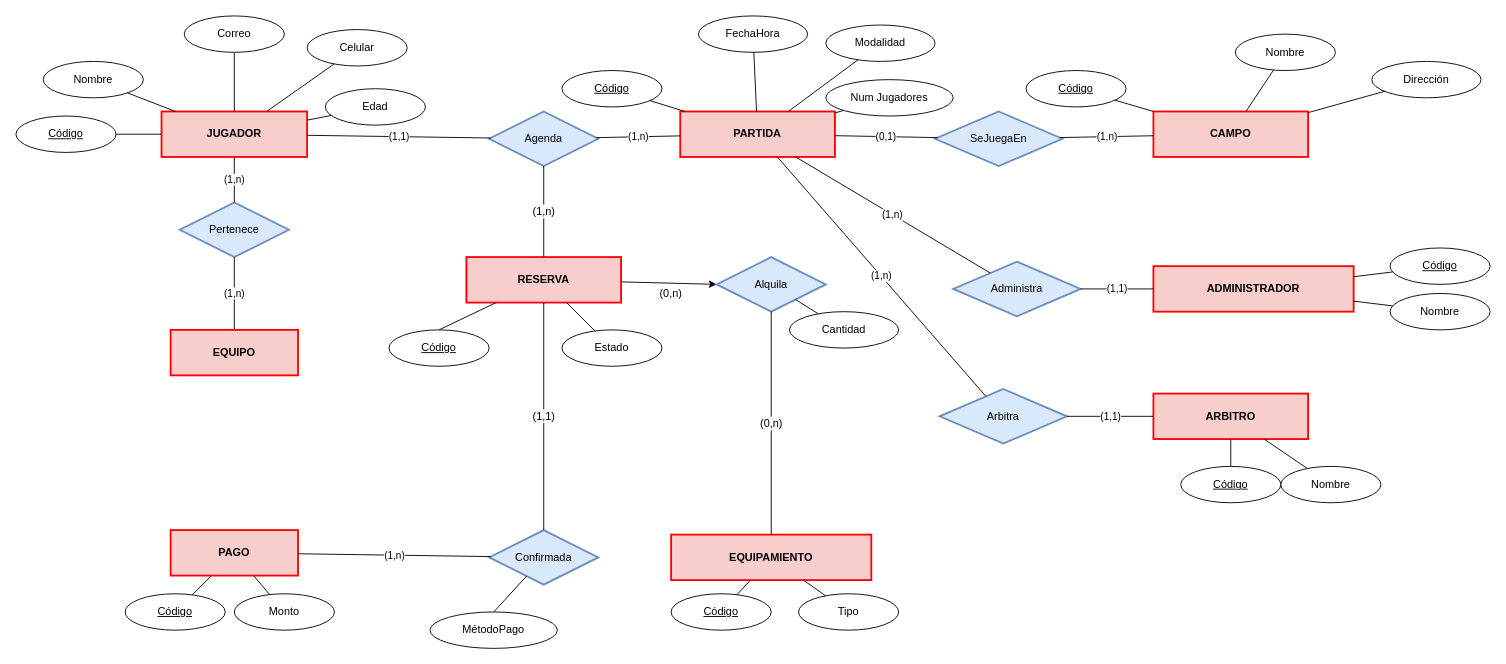
Ritatrcr/AREM-Taller_2_Modelo_Informacion keeps this draw.io diagram as entrega/ERM.drawio. Above is the earlier version. Source tidied: cells renumbered, new cells numbered last; positions are measured from the earlier drawing's top-left corner, leaving out a move shared by most shapes. Both pictures are drawn from the tidied source at 91%, with x=0, y=0 at pixel (15, 15).
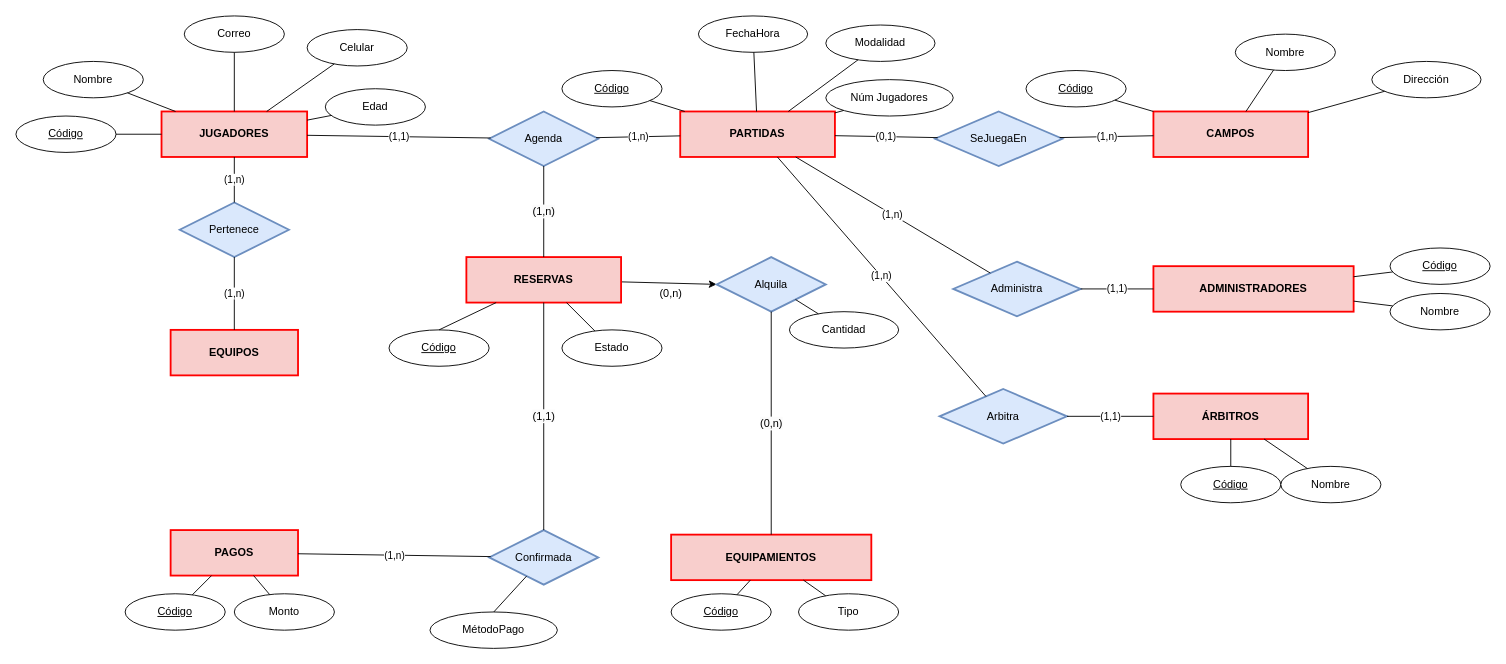
Above is the later version.

Change to the diagram source:
```diff
@@
-    <mxCell id="2" value="JUGADOR" style="rounded=0;whiteSpace=wrap;html=1;fillColor=#f8cecc;strokeColor=#ff0000;strokeWidth=2;fontStyle=1;align=center;verticalAlign=middle;" parent="1" vertex="1">
+    <mxCell id="2" value="JUGADORES" style="rounded=0;whiteSpace=wrap;html=1;fillColor=#f8cecc;strokeColor=#ff0000;strokeWidth=2;fontStyle=1;align=center;verticalAlign=middle;" parent="1" vertex="1">
       <mxGeometry x="160" y="105" width="160" height="50" as="geometry" />
     </mxCell>
-    <mxCell id="3" value="PARTIDA" style="rounded=0;whiteSpace=wrap;html=1;fillColor=#f8cecc;strokeColor=#ff0000;strokeWidth=2;fontStyle=1;align=center;verticalAlign=middle;" parent="1" vertex="1">
+    <mxCell id="3" value="PARTIDAS" style="rounded=0;whiteSpace=wrap;html=1;fillColor=#f8cecc;strokeColor=#ff0000;strokeWidth=2;fontStyle=1;align=center;verticalAlign=middle;" parent="1" vertex="1">
       <mxGeometry x="730" y="105" width="170" height="50" as="geometry" />
     </mxCell>
-    <mxCell id="4" value="CAMPO" style="rounded=0;whiteSpace=wrap;html=1;fillColor=#f8cecc;strokeColor=#ff0000;strokeWidth=2;fontStyle=1;align=center;verticalAlign=middle;" parent="1" vertex="1">
+    <mxCell id="4" value="CAMPOS" style="rounded=0;whiteSpace=wrap;html=1;fillColor=#f8cecc;strokeColor=#ff0000;strokeWidth=2;fontStyle=1;align=center;verticalAlign=middle;" parent="1" vertex="1">
       <mxGeometry x="1250" y="105" width="170" height="50" as="geometry" />
     </mxCell>
@@
-    <mxCell id="6" value="RESERVA" style="rounded=0;whiteSpace=wrap;html=1;fillColor=#f8cecc;strokeColor=#ff0000;strokeWidth=2;fontStyle=1;align=center;verticalAlign=middle;" parent="1" vertex="1">
+    <mxCell id="6" value="RESERVAS" style="rounded=0;whiteSpace=wrap;html=1;fillColor=#f8cecc;strokeColor=#ff0000;strokeWidth=2;fontStyle=1;align=center;verticalAlign=middle;" parent="1" vertex="1">
       <mxGeometry x="495" y="265" width="170" height="50" as="geometry" />
     </mxCell>
-    <mxCell id="7" value="EQUIPO" style="rounded=0;whiteSpace=wrap;html=1;fillColor=#f8cecc;strokeColor=#ff0000;strokeWidth=2;fontStyle=1;align=center;verticalAlign=middle;" parent="1" vertex="1">
+    <mxCell id="7" value="EQUIPOS" style="rounded=0;whiteSpace=wrap;html=1;fillColor=#f8cecc;strokeColor=#ff0000;strokeWidth=2;fontStyle=1;align=center;verticalAlign=middle;" parent="1" vertex="1">
       <mxGeometry x="170" y="345" width="140" height="50" as="geometry" />
     </mxCell>
-    <mxCell id="8" value="PAGO" style="rounded=0;whiteSpace=wrap;html=1;fillColor=#f8cecc;strokeColor=#ff0000;strokeWidth=2;fontStyle=1;align=center;verticalAlign=middle;" parent="1" vertex="1">
+    <mxCell id="8" value="PAGOS" style="rounded=0;whiteSpace=wrap;html=1;fillColor=#f8cecc;strokeColor=#ff0000;strokeWidth=2;fontStyle=1;align=center;verticalAlign=middle;" parent="1" vertex="1">
       <mxGeometry x="170" y="565" width="140" height="50" as="geometry" />
     </mxCell>
-    <mxCell id="9" value="EQUIPAMIENTO" style="rounded=0;whiteSpace=wrap;html=1;fillColor=#f8cecc;strokeColor=#ff0000;strokeWidth=2;fontStyle=1;align=center;verticalAlign=middle;" parent="1" vertex="1">
+    <mxCell id="9" value="EQUIPAMIENTOS" style="rounded=0;whiteSpace=wrap;html=1;fillColor=#f8cecc;strokeColor=#ff0000;strokeWidth=2;fontStyle=1;align=center;verticalAlign=middle;" parent="1" vertex="1">
       <mxGeometry x="720" y="570" width="220" height="50" as="geometry" />
     </mxCell>
-    <mxCell id="10" value="ADMINISTRADOR" style="rounded=0;whiteSpace=wrap;html=1;fillColor=#f8cecc;strokeColor=#ff0000;strokeWidth=2;fontStyle=1;align=center;verticalAlign=middle;" parent="1" vertex="1">
+    <mxCell id="10" value="ADMINISTRADORES" style="rounded=0;whiteSpace=wrap;html=1;fillColor=#f8cecc;strokeColor=#ff0000;strokeWidth=2;fontStyle=1;align=center;verticalAlign=middle;" parent="1" vertex="1">
       <mxGeometry x="1250" y="275" width="220" height="50" as="geometry" />
     </mxCell>
-    <mxCell id="11" value="ARBITRO" style="rounded=0;whiteSpace=wrap;html=1;fillColor=#f8cecc;strokeColor=#ff0000;strokeWidth=2;fontStyle=1;align=center;verticalAlign=middle;" parent="1" vertex="1">
+    <mxCell id="11" value="ÁRBITROS" style="rounded=0;whiteSpace=wrap;html=1;fillColor=#f8cecc;strokeColor=#ff0000;strokeWidth=2;fontStyle=1;align=center;verticalAlign=middle;" parent="1" vertex="1">
       <mxGeometry x="1250" y="415" width="170" height="50" as="geometry" />
     </mxCell>
@@
-    <mxCell id="27" value="Num Jugadores" style="ellipse;whiteSpace=wrap;html=1;fillColor=#ffffff;strokeColor=#000000;" parent="1" vertex="1">
+    <mxCell id="27" value="Núm Jugadores" style="ellipse;whiteSpace=wrap;html=1;fillColor=#ffffff;strokeColor=#000000;" parent="1" vertex="1">
       <mxGeometry x="890" y="70" width="140" height="40" as="geometry" />
     </mxCell>
```
